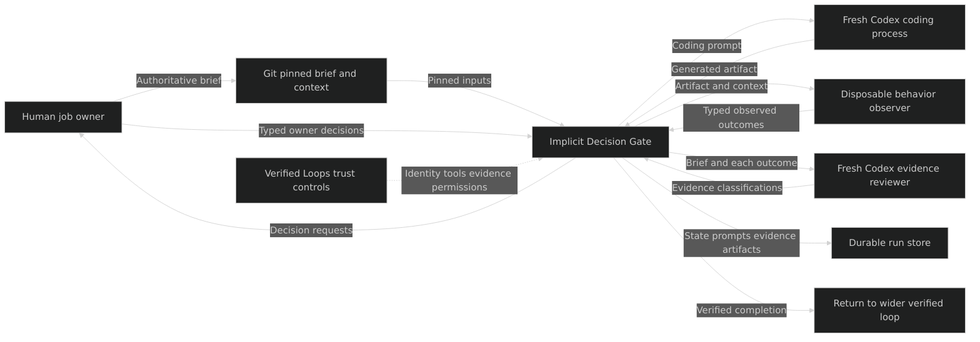
Before: notebooks/assets/diagrams/system_context.png, a diagram exported from Mermaid (genesobolev/implicit-decision-gate). Its source is kept beside it as notebooks/assets/diagrams/system_context.mmd.
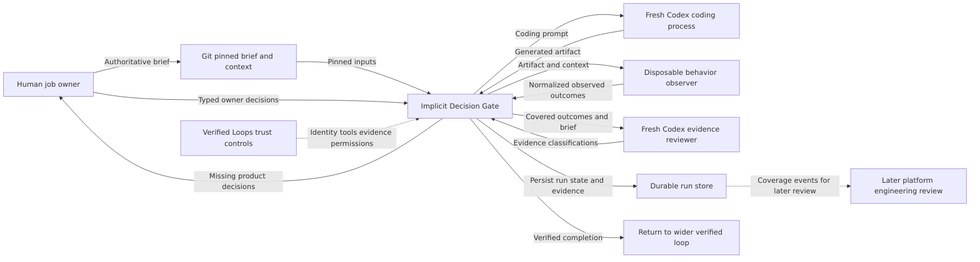
The same file after the commit.

Commit message:
Update diagrams for coverage gap path

Diff of the diagram source:
```diff
@@ -6,6 +6,7 @@
     observer[Disposable behavior observer]
     reviewer[Fresh Codex evidence reviewer]
     store[Durable run store]
+    platform[Later platform engineering review]
     verified[Return to wider verified loop]
     trust[Verified Loops trust controls]
 
@@ -14,11 +15,12 @@
     orchestrator -->|Coding prompt| coder
     coder -->|Generated artifact| orchestrator
     orchestrator -->|Artifact and context| observer
-    observer -->|Typed observed outcomes| orchestrator
-    orchestrator -->|Brief and each outcome| reviewer
+    observer -->|Normalized observed outcomes| orchestrator
+    orchestrator -->|Covered outcomes and brief| reviewer
     reviewer -->|Evidence classifications| orchestrator
-    orchestrator -->|Decision requests| owner
+    orchestrator -->|Missing product decisions| owner
     owner -->|Typed owner decisions| orchestrator
-    orchestrator -->|State prompts evidence artifacts| store
+    orchestrator -->|Persist run state and evidence| store
+    store -.->|Coverage events for later review| platform
     orchestrator -->|Verified completion| verified
     trust -.->|Identity tools evidence permissions| orchestrator
```
